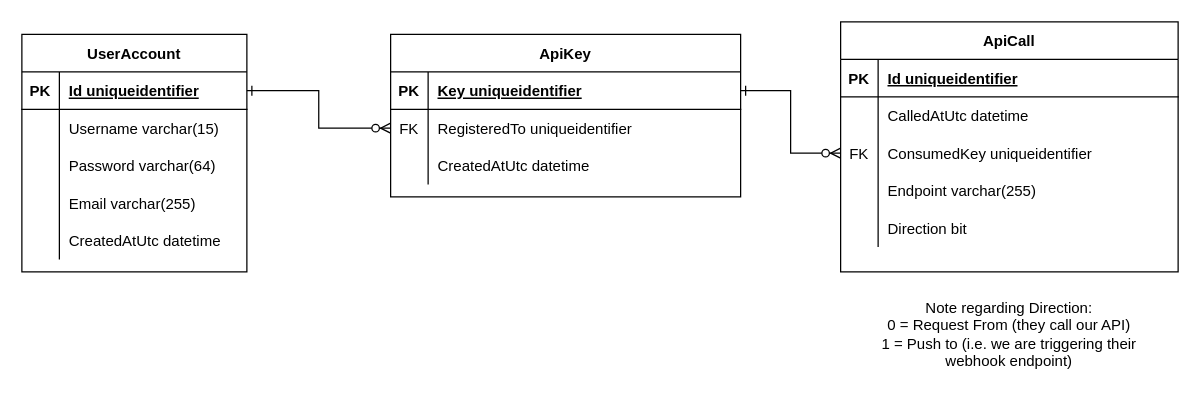
The draw.io diagram page "User-Related" (3 of 3) of AletheiaErd.drawio in TimHanewich/Aletheia-Engine-Library, before the edit. Source tidied: cells renumbered, new cells numbered last; positions are measured from the earlier drawing's top-left corner, leaving out a move shared by most shapes. Both pictures are drawn from the tidied source at 125%, with x=0, y=0 at pixel (21, 21).
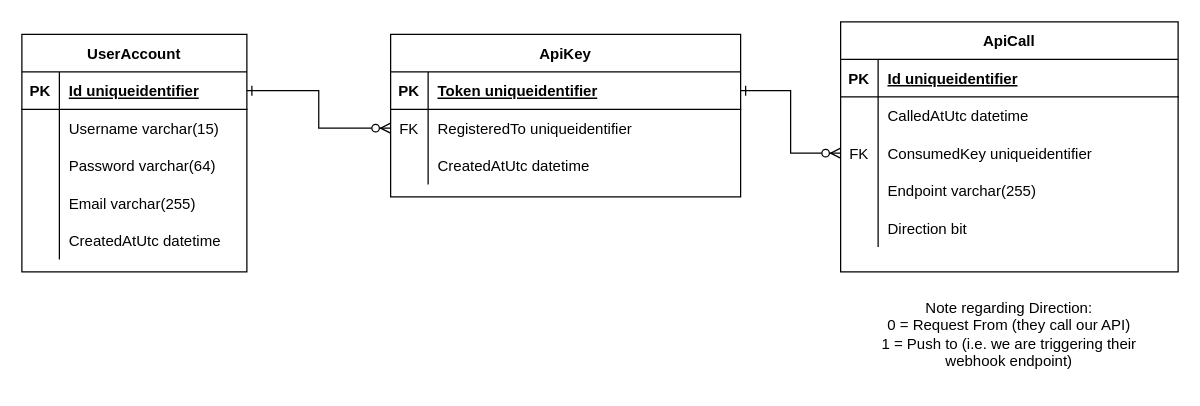
The same page after the edit.

Commit message:
Renamed 'Key' to 'Token' because a SQL column cannot be called 'Key'

Unchanged cells that the change refers to:
```xml
<mxCell id="19" style="shape=partialRectangle;fillColor=none;top=0;left=0;bottom=1;right=0;points=[[0,0.5],[1,0.5]];portConstraint=eastwest;" parent="18" vertex="1">
  <mxGeometry y="30" width="280" height="30" as="geometry" />
</mxCell>
```

Diff of the diagram source:
```diff
@@
-    <mxCell id="21" value="Key uniqueidentifier" style="shape=partialRectangle;fillColor=none;top=0;left=0;bottom=0;right=0;align=left;spacingLeft=6;fontStyle=5;overflow=hidden;" parent="19" vertex="1">
+    <mxCell id="21" value="Token uniqueidentifier" style="shape=partialRectangle;fillColor=none;top=0;left=0;bottom=0;right=0;align=left;spacingLeft=6;fontStyle=5;overflow=hidden;" parent="19" vertex="1">
       <mxGeometry x="30" width="250" height="30" as="geometry" />
     </mxCell>
```
